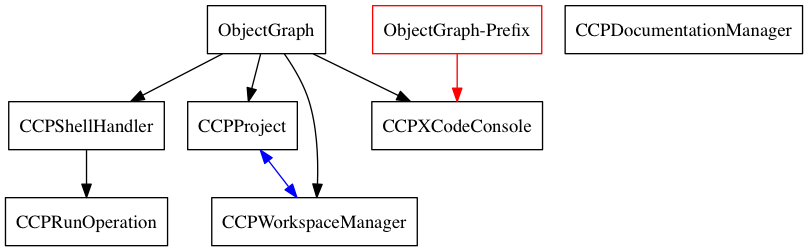
Before: ObjectGraph.png, a diagram exported from Graphviz (vampirewalk/ObjectGraph-Xcode). Its source is kept beside it as ObjectGraph.dot.
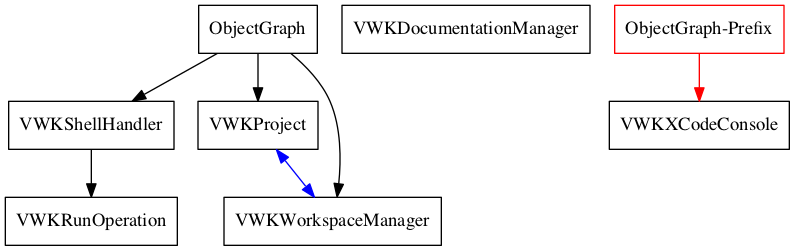
The same diagram one commit later.

The edit, as a diff of the source:
```diff
@@ -1,17 +1,16 @@
 digraph G {
 	node [shape=box];
-	"CCPShellHandler" -> "CCPRunOperation";
-	"CCPDocumentationManager" -> {};
-	"CCPRunOperation" -> {};
-	"ObjectGraph" -> "CCPProject";
-	"ObjectGraph" -> "CCPWorkspaceManager";
-	"ObjectGraph" -> "CCPShellHandler";
-	"ObjectGraph" -> "CCPXCodeConsole";
-	"CCPXCodeConsole" -> {};
+	"VWKShellHandler" -> "VWKRunOperation";
+	"VWKRunOperation" -> {};
+	"VWKDocumentationManager" -> {};
+	"ObjectGraph" -> "VWKProject";
+	"ObjectGraph" -> "VWKWorkspaceManager";
+	"ObjectGraph" -> "VWKShellHandler";
+	"VWKXCodeConsole" -> {};
 
 	"ObjectGraph-Prefix" [color=red];
-	"ObjectGraph-Prefix" -> "CCPXCodeConsole" [color=red];
+	"ObjectGraph-Prefix" -> "VWKXCodeConsole" [color=red];
 
 	edge [color=blue, dir=both];
-	"CCPProject" -> "CCPWorkspaceManager";
+	"VWKProject" -> "VWKWorkspaceManager";
 }
```
